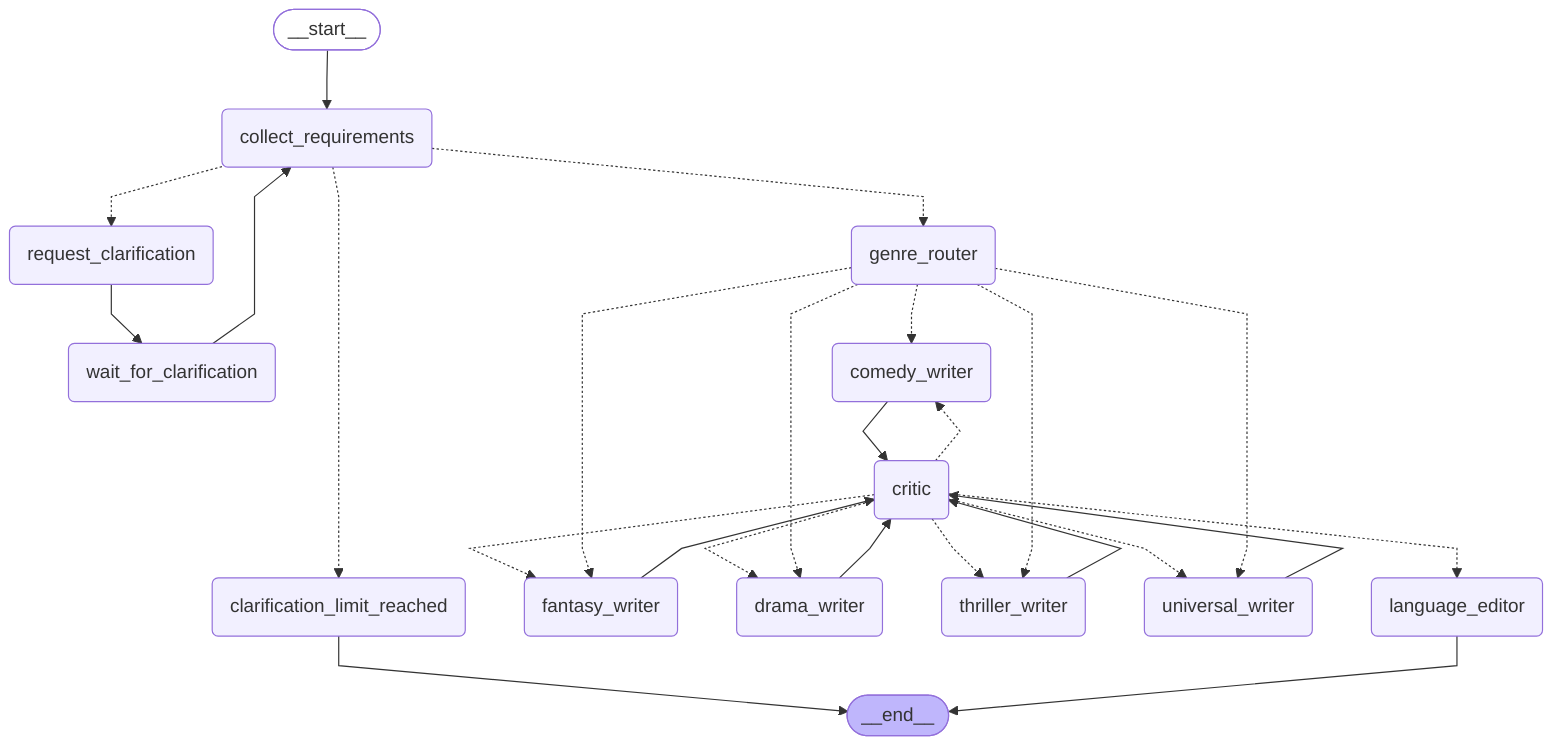
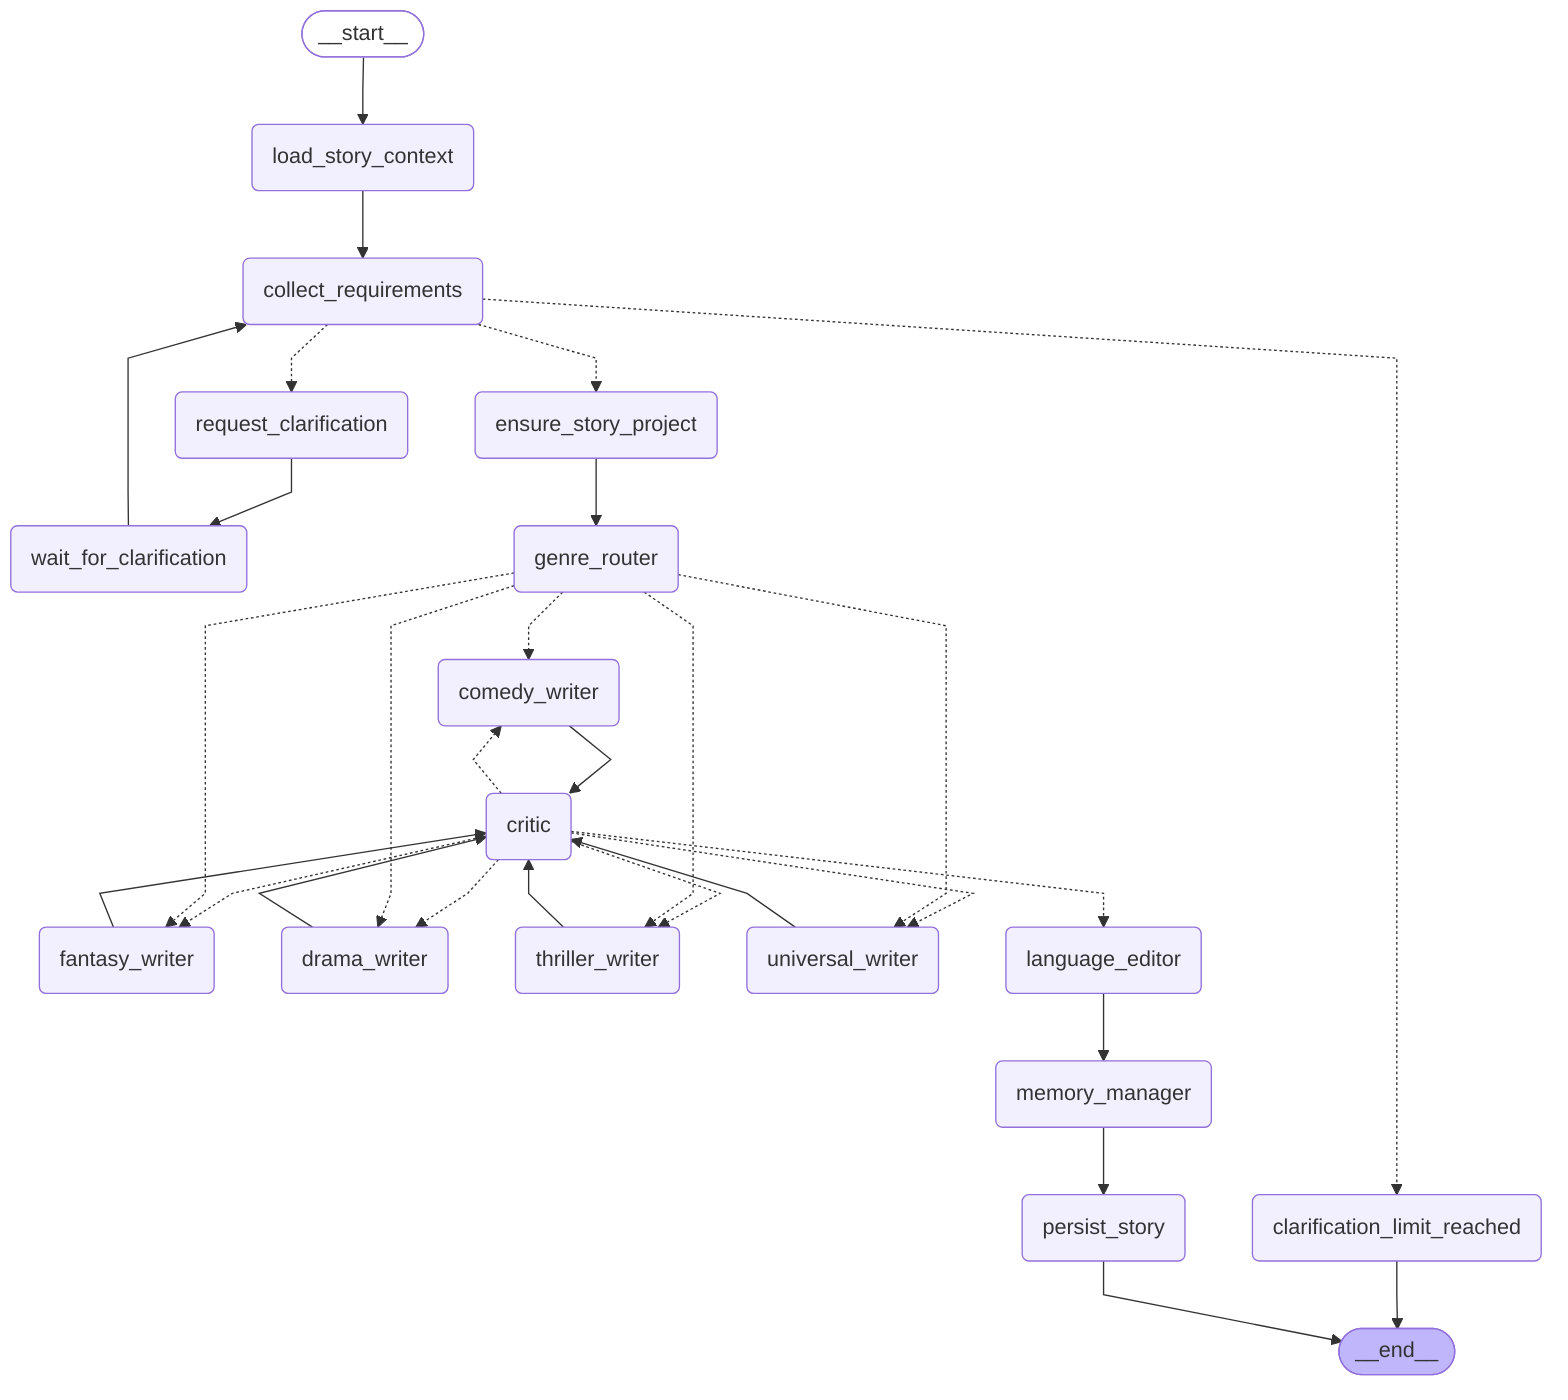
---
config:
  flowchart:
    curve: linear
---
graph TD;
	__start__([<p>__start__</p>]):::first
+ 	load_story_context(load_story_context)
+ 	ensure_story_project(ensure_story_project)
+ 	memory_manager(memory_manager)
+ 	persist_story(persist_story)
	collect_requirements(collect_requirements)
	request_clarification(request_clarification)
	wait_for_clarification(wait_for_clarification)
	clarification_limit_reached(clarification_limit_reached)
	genre_router(genre_router)
	fantasy_writer(fantasy_writer)
	drama_writer(drama_writer)
	thriller_writer(thriller_writer)
	comedy_writer(comedy_writer)
	universal_writer(universal_writer)
	critic(critic)
	language_editor(language_editor)
	__end__([<p>__end__</p>]):::last
- 	__start__ --> collect_requirements;
+ 	__start__ --> load_story_context;
	collect_requirements -.-> clarification_limit_reached;
- 	collect_requirements -.-> genre_router;
+ 	collect_requirements -.-> ensure_story_project;
	collect_requirements -.-> request_clarification;
	comedy_writer --> critic;
	critic -.-> comedy_writer;
	critic -.-> drama_writer;
	critic -.-> fantasy_writer;
	critic -.-> language_editor;
	critic -.-> thriller_writer;
	critic -.-> universal_writer;
	drama_writer --> critic;
+ 	ensure_story_project --> genre_router;
	fantasy_writer --> critic;
	genre_router -.-> comedy_writer;
	genre_router -.-> drama_writer;
	genre_router -.-> fantasy_writer;
	genre_router -.-> thriller_writer;
	genre_router -.-> universal_writer;
+ 	language_editor --> memory_manager;
+ 	load_story_context --> collect_requirements;
+ 	memory_manager --> persist_story;
	request_clarification --> wait_for_clarification;
	thriller_writer --> critic;
	universal_writer --> critic;
	wait_for_clarification --> collect_requirements;
	clarification_limit_reached --> __end__;
- 	language_editor --> __end__;
+ 	persist_story --> __end__;
	classDef default fill:#f2f0ff,line-height:1.2
	classDef first fill-opacity:0
	classDef last fill:#bfb6fc
